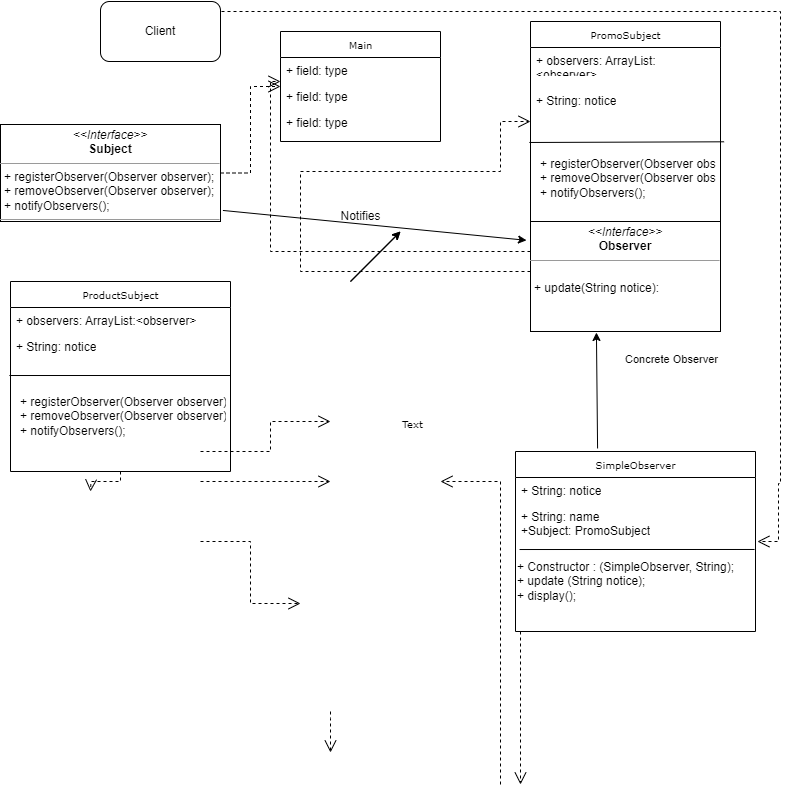
jimmyjazz31/CS665Assign5 keeps this draw.io diagram as Assign5Part1Class.drawio.png. Above is the earlier version. Source tidied: cells renumbered, new cells last; positions are measured from the earlier drawing's top-left corner, leaving out a move shared by most shapes.
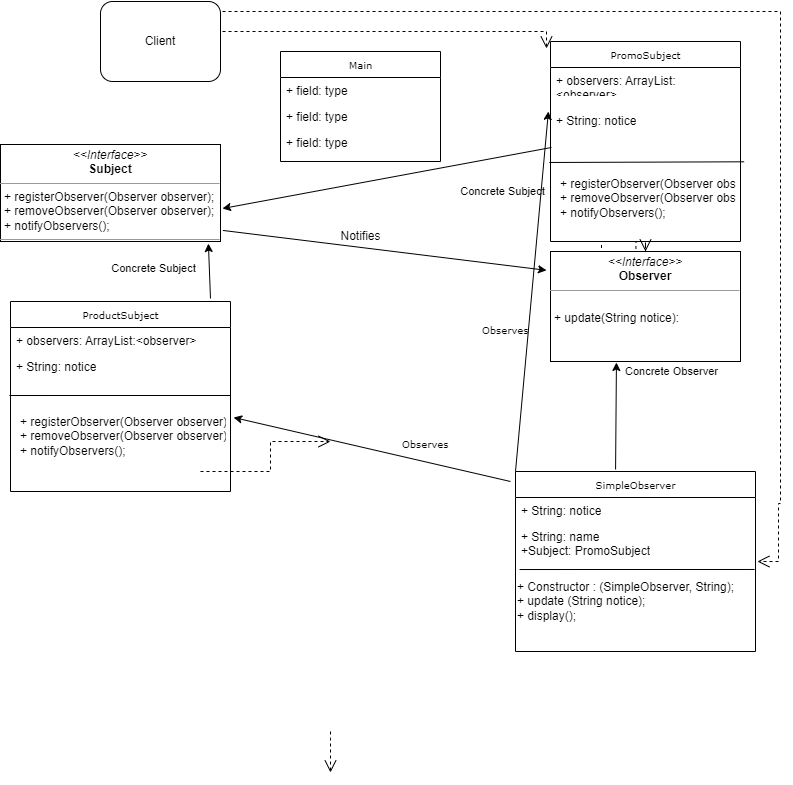
After the commit.

What changed in the source:
```diff
@@ -2,11 +2,6 @@
   <root>
     <mxCell id="0" />
     <mxCell id="1" parent="0" />
-    <mxCell id="2" style="edgeStyle=orthogonalEdgeStyle;rounded=0;html=1;dashed=1;labelBackgroundColor=none;startFill=0;endArrow=open;endFill=0;endSize=10;fontFamily=Verdana;fontSize=10;" parent="1" edge="1" source="3">
-      <mxGeometry relative="1" as="geometry">
-        <mxPoint x="90" y="490" as="targetPoint" />
-      </mxGeometry>
-    </mxCell>
     <mxCell id="3" value="ProductSubject" style="swimlane;html=1;fontStyle=0;horizontal=1;startSize=26;fillColor=none;swimlaneFillColor=#ffffff;rounded=0;shadow=0;comic=0;labelBackgroundColor=none;strokeWidth=1;fontFamily=Verdana;fontSize=10;align=center;" parent="1" vertex="1">
       <mxGeometry x="10" y="280" width="220" height="190" as="geometry" />
     </mxCell>
@@ -32,7 +27,7 @@
       <mxGeometry y="78" width="160" height="26" as="geometry" />
     </mxCell>
     <mxCell id="11" value="PromoSubject" style="swimlane;html=1;fontStyle=0;horizontal=1;startSize=26;fillColor=none;swimlaneFillColor=#ffffff;rounded=0;shadow=0;comic=0;labelBackgroundColor=none;strokeWidth=1;fontFamily=Verdana;fontSize=10;align=center;" parent="1" vertex="1">
-      <mxGeometry x="530" y="20" width="190" height="200" as="geometry" />
+      <mxGeometry x="550" y="20" width="190" height="200" as="geometry" />
     </mxCell>
     <mxCell id="12" value="+ observers: ArrayList:&amp;lt;observer&amp;gt;&lt;div&gt;&lt;br&gt;&lt;/div&gt;&lt;div&gt;&lt;br&gt;&lt;/div&gt;" style="text;html=1;strokeColor=none;fillColor=none;align=left;verticalAlign=top;spacingLeft=4;spacingRight=4;whiteSpace=wrap;overflow=hidden;" parent="11" vertex="1">
       <mxGeometry y="26" width="190" height="26" as="geometry" />
@@ -71,53 +66,22 @@
         </Array>
       </mxGeometry>
     </mxCell>
-    <mxCell id="22" style="edgeStyle=orthogonalEdgeStyle;rounded=0;html=1;dashed=1;labelBackgroundColor=none;startFill=0;endArrow=open;endFill=0;endSize=10;fontFamily=Verdana;fontSize=10;" parent="1" edge="1">
-      <mxGeometry relative="1" as="geometry">
-        <mxPoint x="500" y="783" as="sourcePoint" />
-        <mxPoint x="440" y="480" as="targetPoint" />
-        <Array as="points">
-          <mxPoint x="500" y="480" />
-        </Array>
-      </mxGeometry>
-    </mxCell>
-    <mxCell id="23" style="edgeStyle=orthogonalEdgeStyle;rounded=0;html=1;dashed=1;labelBackgroundColor=none;startFill=0;endArrow=open;endFill=0;endSize=10;fontFamily=Verdana;fontSize=10;" parent="1" edge="1">
+    <mxCell id="23" style="edgeStyle=orthogonalEdgeStyle;rounded=0;html=1;dashed=1;labelBackgroundColor=none;startFill=0;endArrow=open;endFill=0;endSize=10;fontFamily=Verdana;fontSize=10;" parent="1" edge="1" source="31">
       <mxGeometry relative="1" as="geometry">
-        <mxPoint x="590" y="260" as="sourcePoint" />
         <mxPoint x="635" y="260" as="targetPoint" />
       </mxGeometry>
     </mxCell>
-    <mxCell id="24" value="Text" style="text;html=1;align=left;verticalAlign=top;spacingTop=-4;fontSize=10;fontFamily=Verdana;fontColor=#000000;" parent="1" vertex="1">
-      <mxGeometry x="400" y="414" width="40" height="10" as="geometry" />
+    <mxCell id="24" value="Observes" style="text;html=1;align=left;verticalAlign=top;spacingTop=-4;fontSize=10;fontFamily=Verdana;fontColor=#000000;" parent="1" vertex="1">
+      <mxGeometry x="400" y="414" width="70" height="20" as="geometry" />
     </mxCell>
-    <mxCell id="25" style="edgeStyle=orthogonalEdgeStyle;rounded=0;html=1;labelBackgroundColor=none;startFill=0;endArrow=open;endFill=0;endSize=10;fontFamily=Verdana;fontSize=10;dashed=1;" parent="1" edge="1" source="26" target="7">
-      <mxGeometry relative="1" as="geometry" />
-    </mxCell>
     <mxCell id="26" value="&lt;p style=&quot;margin:0px;margin-top:4px;text-align:center;&quot;&gt;&lt;i&gt;&amp;lt;&amp;lt;Interface&amp;gt;&amp;gt;&lt;/i&gt;&lt;br&gt;&lt;b&gt;Subject&lt;/b&gt;&lt;/p&gt;&lt;hr size=&quot;1&quot;&gt;&lt;p style=&quot;margin:0px;margin-left:4px;&quot;&gt;+ registerObserver(Observer observer);&lt;br&gt;+ removeObserver(&lt;span style=&quot;background-color: initial;&quot;&gt;Observer observer&lt;/span&gt;&lt;span style=&quot;background-color: initial;&quot;&gt;);&lt;/span&gt;&lt;/p&gt;&lt;p style=&quot;margin:0px;margin-left:4px;&quot;&gt;+ notifyObservers();&lt;/p&gt;&lt;hr size=&quot;1&quot;&gt;&lt;p style=&quot;margin:0px;margin-left:4px;&quot;&gt;&lt;br&gt;&lt;br&gt;&lt;/p&gt;" style="verticalAlign=top;align=left;overflow=fill;fontSize=12;fontFamily=Helvetica;html=1;rounded=0;shadow=0;comic=0;labelBackgroundColor=none;strokeWidth=1;" parent="1" vertex="1">
       <mxGeometry y="123" width="220" height="97" as="geometry" />
     </mxCell>
-    <mxCell id="27" style="edgeStyle=orthogonalEdgeStyle;rounded=0;html=1;dashed=1;labelBackgroundColor=none;startFill=0;endArrow=open;endFill=0;endSize=10;fontFamily=Verdana;fontSize=10;" parent="1" edge="1" source="31" target="7">
-      <mxGeometry relative="1" as="geometry">
-        <Array as="points">
-          <mxPoint x="270" y="250" />
-          <mxPoint x="270" y="80" />
-        </Array>
-      </mxGeometry>
-    </mxCell>
-    <mxCell id="28" style="edgeStyle=orthogonalEdgeStyle;rounded=0;html=1;dashed=1;labelBackgroundColor=none;startFill=0;endArrow=open;endFill=0;endSize=10;fontFamily=Verdana;fontSize=10;" parent="1" edge="1" source="31" target="11">
-      <mxGeometry relative="1" as="geometry">
-        <Array as="points">
-          <mxPoint x="300" y="270" />
-          <mxPoint x="300" y="170" />
-          <mxPoint x="500" y="170" />
-          <mxPoint x="500" y="120" />
-        </Array>
-      </mxGeometry>
-    </mxCell>
     <mxCell id="29" style="edgeStyle=orthogonalEdgeStyle;rounded=0;html=1;dashed=1;labelBackgroundColor=none;startFill=0;endArrow=open;endFill=0;endSize=10;fontFamily=Verdana;fontSize=10;entryX=1.008;entryY=0.792;entryDx=0;entryDy=0;entryPerimeter=0;exitX=1;exitY=0.25;exitDx=0;exitDy=0;" parent="1" edge="1" source="39" target="18">
       <mxGeometry relative="1" as="geometry">
         <Array as="points">
-          <mxPoint x="220" y="10" />
-          <mxPoint x="780" y="10" />
+          <mxPoint x="220" y="-10" />
+          <mxPoint x="780" y="-10" />
           <mxPoint x="780" y="482" />
           <mxPoint x="778" y="482" />
           <mxPoint x="778" y="540" />
@@ -129,9 +93,6 @@
         <mxPoint x="-111" y="152" as="offset" />
       </mxGeometry>
     </mxCell>
-    <mxCell id="31" value="&lt;p style=&quot;margin:0px;margin-top:4px;text-align:center;&quot;&gt;&lt;i&gt;&amp;lt;&amp;lt;Interface&amp;gt;&amp;gt;&lt;/i&gt;&lt;br&gt;&lt;b&gt;Observer&lt;/b&gt;&lt;/p&gt;&lt;hr size=&quot;1&quot;&gt;&lt;p style=&quot;margin:0px;margin-left:4px;&quot;&gt;&lt;/p&gt;&lt;p style=&quot;margin:0px;margin-left:4px;&quot;&gt;&lt;br&gt;+ update(String notice):&lt;/p&gt;" style="verticalAlign=top;align=left;overflow=fill;fontSize=12;fontFamily=Helvetica;html=1;rounded=0;shadow=0;comic=0;labelBackgroundColor=none;strokeWidth=1;" parent="1" vertex="1">
-      <mxGeometry x="530" y="220" width="190" height="110" as="geometry" />
-    </mxCell>
     <mxCell id="32" style="edgeStyle=orthogonalEdgeStyle;rounded=0;html=1;dashed=1;labelBackgroundColor=none;startFill=0;endArrow=open;endFill=0;endSize=10;fontFamily=Verdana;fontSize=10;" parent="1" edge="1">
       <mxGeometry relative="1" as="geometry">
         <mxPoint x="200" y="450" as="sourcePoint" />
@@ -142,31 +103,7 @@
         </Array>
       </mxGeometry>
     </mxCell>
-    <mxCell id="33" style="edgeStyle=orthogonalEdgeStyle;rounded=0;html=1;dashed=1;labelBackgroundColor=none;startFill=0;endArrow=open;endFill=0;endSize=10;fontFamily=Verdana;fontSize=10;" parent="1" edge="1">
-      <mxGeometry relative="1" as="geometry">
-        <mxPoint x="200" y="480" as="sourcePoint" />
-        <mxPoint x="330" y="480" as="targetPoint" />
-      </mxGeometry>
-    </mxCell>
-    <mxCell id="34" style="edgeStyle=orthogonalEdgeStyle;rounded=0;html=1;dashed=1;labelBackgroundColor=none;startFill=0;endArrow=open;endFill=0;endSize=10;fontFamily=Verdana;fontSize=10;" parent="1" edge="1">
-      <mxGeometry relative="1" as="geometry">
-        <mxPoint x="200" y="540" as="sourcePoint" />
-        <mxPoint x="300" y="602" as="targetPoint" />
-        <Array as="points">
-          <mxPoint x="250" y="540" />
-          <mxPoint x="250" y="602" />
-        </Array>
-      </mxGeometry>
-    </mxCell>
-    <mxCell id="35" style="edgeStyle=orthogonalEdgeStyle;rounded=0;html=1;dashed=1;labelBackgroundColor=none;startFill=0;endArrow=open;endFill=0;endSize=10;fontFamily=Verdana;fontSize=10;" parent="1" edge="1" source="16">
-      <mxGeometry relative="1" as="geometry">
-        <mxPoint x="520" y="783" as="targetPoint" />
-        <Array as="points">
-          <mxPoint x="520" y="550" />
-        </Array>
-      </mxGeometry>
-    </mxCell>
-    <mxCell id="36" style="endArrow=classic;html=1;rounded=0;exitX=0.342;exitY=-0.017;exitDx=0;exitDy=0;exitPerimeter=0;entryX=0.347;entryY=1.009;entryDx=0;entryDy=0;entryPerimeter=0;" parent="1" edge="1" source="16" target="31">
+    <mxCell id="36" style="endArrow=classic;html=1;rounded=0;exitX=0.417;exitY=-0.011;exitDx=0;exitDy=0;exitPerimeter=0;entryX=0.347;entryY=1.009;entryDx=0;entryDy=0;entryPerimeter=0;" parent="1" edge="1" source="16" target="31">
       <mxGeometry relative="1" as="geometry" />
     </mxCell>
     <mxCell id="37" style="endArrow=classic;html=1;rounded=0;exitX=1.011;exitY=0.886;exitDx=0;exitDy=0;exitPerimeter=0;entryX=-0.021;entryY=0.171;entryDx=0;entryDy=0;entryPerimeter=0;" parent="1" edge="1" source="26" target="31">
@@ -176,24 +113,55 @@
       <mxGeometry x="330" y="200" width="60" height="30" as="geometry" />
     </mxCell>
     <mxCell id="39" value="Client" style="rounded=1;whiteSpace=wrap;html=1;" parent="1" vertex="1">
-      <mxGeometry x="100" width="120" height="60" as="geometry" />
+      <mxGeometry x="100" y="-20" width="120" height="80" as="geometry" />
     </mxCell>
     <mxCell id="40" style="endArrow=none;html=1;rounded=0;exitX=-0.005;exitY=0.174;exitDx=0;exitDy=0;exitPerimeter=0;" parent="1" edge="1" source="6">
       <mxGeometry relative="1" as="geometry">
         <mxPoint x="230" y="374" as="targetPoint" />
       </mxGeometry>
     </mxCell>
-    <mxCell id="41" style="endArrow=classic;html=1;rounded=0;" parent="1" edge="1">
-      <mxGeometry relative="1" as="geometry">
-        <mxPoint x="350" y="280" as="sourcePoint" />
-        <mxPoint x="400" y="230" as="targetPoint" />
-      </mxGeometry>
+    <mxCell id="41" style="endArrow=classic;html=1;rounded=0;exitX=0.005;exitY=0.065;exitDx=0;exitDy=0;exitPerimeter=0;entryX=1.009;entryY=0.66;entryDx=0;entryDy=0;entryPerimeter=0;" parent="1" edge="1" source="14" target="26">
+      <mxGeometry relative="1" as="geometry" />
     </mxCell>
-    <mxCell id="42" style="endArrow=classic;html=1;rounded=0;" parent="1" edge="1">
-      <mxGeometry relative="1" as="geometry">
-        <mxPoint x="350" y="280" as="sourcePoint" />
-        <mxPoint x="400" y="230" as="targetPoint" />
-      </mxGeometry>
+    <mxCell id="42" style="endArrow=classic;html=1;rounded=0;exitX=0.909;exitY=-0.016;exitDx=0;exitDy=0;exitPerimeter=0;entryX=0.945;entryY=1.021;entryDx=0;entryDy=0;entryPerimeter=0;" parent="1" edge="1" source="3" target="26">
+      <mxGeometry relative="1" as="geometry" />
     </mxCell>
+    <mxCell id="43" value="Concrete Subject" style="edgeLabel;html=1;align=center;verticalAlign=middle;" parent="1" vertex="1">
+      <mxGeometry x="140" y="250" as="geometry">
+        <mxPoint x="12" y="-4" as="offset" />
+      </mxGeometry>
+    </mxCell>
+    <mxCell id="44" value="Concrete Subject" style="edgeLabel;html=1;align=center;verticalAlign=middle;" parent="1" vertex="1">
+      <mxGeometry x="500" y="171.5" as="geometry">
+        <mxPoint x="1" y="-2" as="offset" />
+      </mxGeometry>
+    </mxCell>
+    <mxCell id="45" style="edgeStyle=orthogonalEdgeStyle;rounded=0;html=1;dashed=1;labelBackgroundColor=none;startFill=0;endArrow=open;endFill=0;endSize=10;fontFamily=Verdana;fontSize=10;" parent="1" edge="1" target="31">
+      <mxGeometry relative="1" as="geometry">
+        <mxPoint x="590" y="260" as="sourcePoint" />
+      </mxGeometry>
+    </mxCell>
+    <mxCell id="31" value="&lt;p style=&quot;margin:0px;margin-top:4px;text-align:center;&quot;&gt;&lt;i&gt;&amp;lt;&amp;lt;Interface&amp;gt;&amp;gt;&lt;/i&gt;&lt;br&gt;&lt;b&gt;Observer&lt;/b&gt;&lt;/p&gt;&lt;hr size=&quot;1&quot;&gt;&lt;p style=&quot;margin:0px;margin-left:4px;&quot;&gt;&lt;/p&gt;&lt;p style=&quot;margin:0px;margin-left:4px;&quot;&gt;&lt;br&gt;+ update(String notice):&lt;/p&gt;" style="verticalAlign=top;align=left;overflow=fill;fontSize=12;fontFamily=Helvetica;html=1;rounded=0;shadow=0;comic=0;labelBackgroundColor=none;strokeWidth=1;" parent="1" vertex="1">
+      <mxGeometry x="550" y="230" width="190" height="110" as="geometry" />
+    </mxCell>
+    <mxCell id="46" style="endArrow=classic;html=1;rounded=0;entryX=1.014;entryY=0.413;entryDx=0;entryDy=0;entryPerimeter=0;" parent="1" edge="1" target="6">
+      <mxGeometry relative="1" as="geometry">
+        <mxPoint x="510" y="460" as="sourcePoint" />
+      </mxGeometry>
+    </mxCell>
+    <mxCell id="47" value="Observes" style="text;html=1;align=left;verticalAlign=top;spacingTop=-4;fontSize=10;fontFamily=Verdana;fontColor=#000000;" parent="1" vertex="1">
+      <mxGeometry x="480" y="300" width="70" height="20" as="geometry" />
+    </mxCell>
+    <mxCell id="48" style="endArrow=classic;html=1;rounded=0;exitX=0;exitY=0;exitDx=0;exitDy=0;entryX=-0.011;entryY=0.375;entryDx=0;entryDy=0;entryPerimeter=0;" parent="1" edge="1" source="16" target="13">
+      <mxGeometry relative="1" as="geometry" />
+    </mxCell>
+    <mxCell id="49" style="edgeStyle=orthogonalEdgeStyle;rounded=0;html=1;dashed=1;labelBackgroundColor=none;startFill=0;endArrow=open;endFill=0;endSize=10;fontFamily=Verdana;fontSize=10;exitX=1;exitY=0.5;exitDx=0;exitDy=0;entryX=-0.021;entryY=0.035;entryDx=0;entryDy=0;entryPerimeter=0;" parent="1" edge="1" source="39" target="11">
+      <mxGeometry relative="1" as="geometry">
+        <Array as="points">
+          <mxPoint x="220" y="10" />
+          <mxPoint x="546" y="10" />
+        </Array>
+      </mxGeometry>
+    </mxCell>
   </root>
 </mxGraphModel>
```
